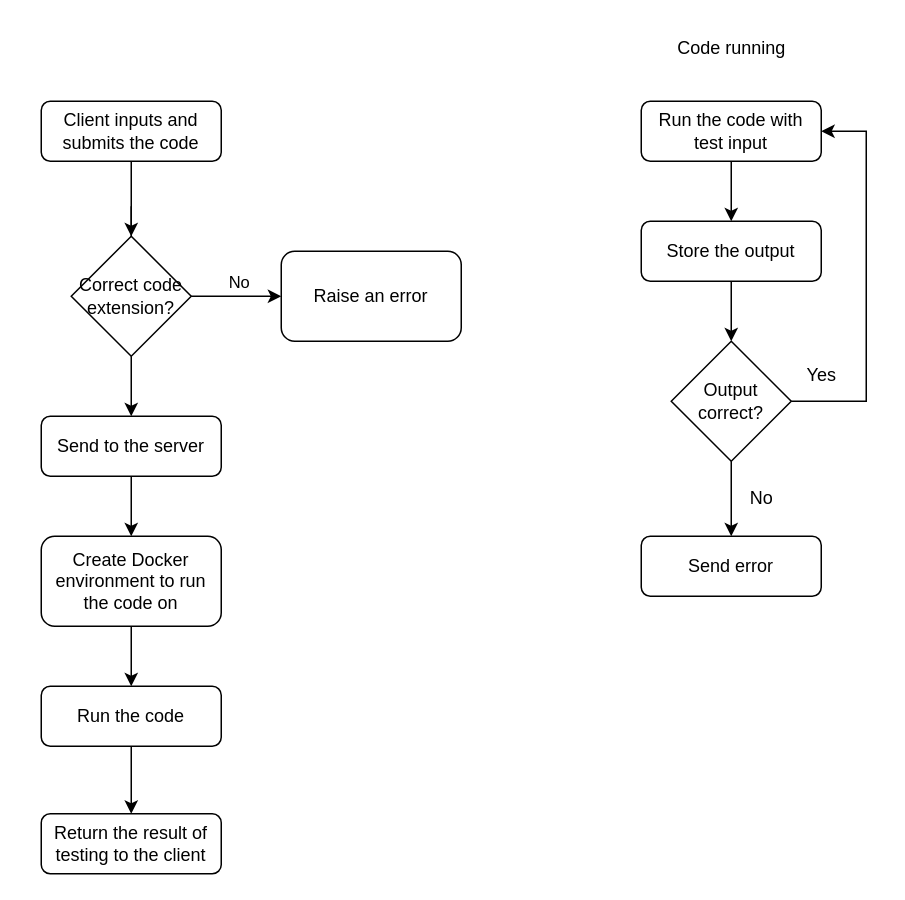
Earlier version of the draw.io diagram DockerFlowchart.drawio (A13k5-5/CodeProfesseur). Source tidied: cells renumbered, new cells numbered last; positions are measured from the earlier drawing's top-left corner, leaving out a move shared by most shapes. Both pictures are drawn from the tidied source at 150%, with x=0, y=0 at pixel (40, 26).
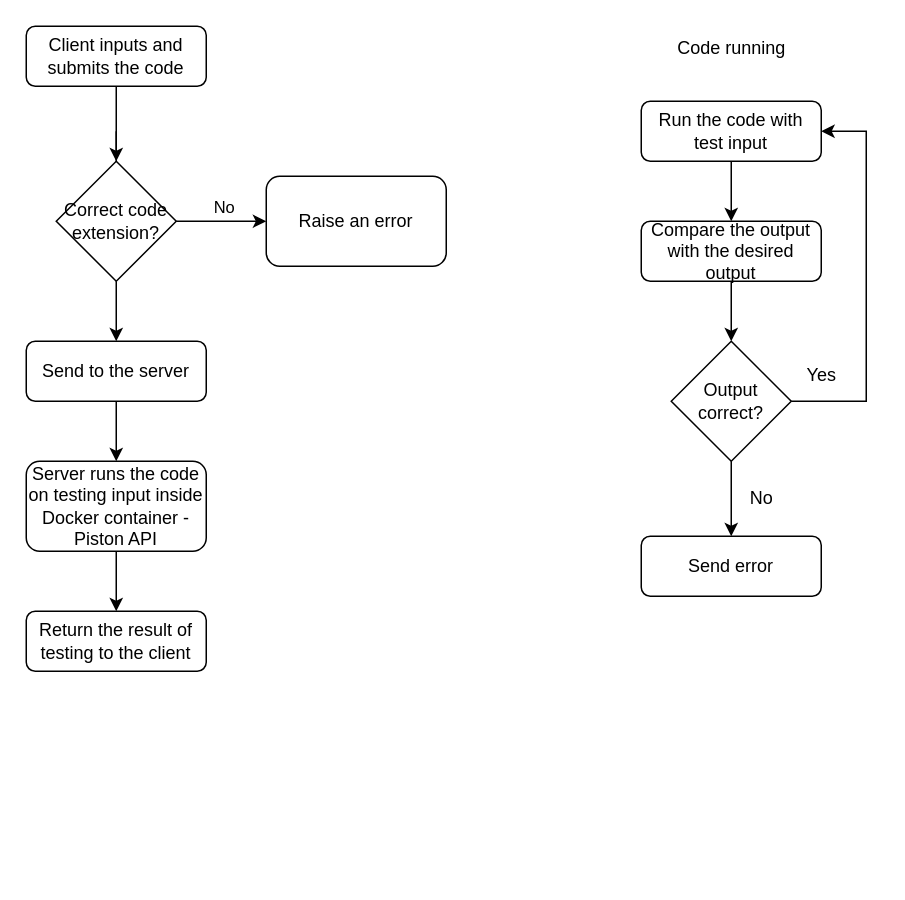
Above is the later version.

Commit message:
Refined for piston API

Change to the diagram source:
```diff
@@
     <mxCell id="2" style="edgeStyle=orthogonalEdgeStyle;rounded=0;jettySize=auto;html=1;" parent="1" edge="1" source="8">
       <mxGeometry relative="1" as="geometry">
-        <mxPoint x="60" y="160" as="targetPoint" />
+        <mxPoint x="50" y="110" as="targetPoint" />
       </mxGeometry>
     </mxCell>
     <mxCell id="3" value="Client inputs and submits the code" style="rounded=1;whiteSpace=wrap;html=1;" parent="1" vertex="1">
-      <mxGeometry y="50" width="120" height="40" as="geometry" />
+      <mxGeometry x="-10" width="120" height="40" as="geometry" />
     </mxCell>
@@
     <mxCell id="8" value="Correct code extension?" style="rhombus;whiteSpace=wrap;html=1;" parent="1" vertex="1">
-      <mxGeometry x="20" y="140" width="80" height="80" as="geometry" />
+      <mxGeometry x="10" y="90" width="80" height="80" as="geometry" />
     </mxCell>
     <mxCell id="9" value="Raise an error" style="rounded=1;whiteSpace=wrap;html=1;" parent="1" vertex="1">
-      <mxGeometry x="160" y="150" width="120" height="60" as="geometry" />
+      <mxGeometry x="150" y="100" width="120" height="60" as="geometry" />
     </mxCell>
@@
     <mxCell id="11" value="Send to the server" style="rounded=1;whiteSpace=wrap;html=1;" parent="1" vertex="1">
-      <mxGeometry y="260" width="120" height="40" as="geometry" />
+      <mxGeometry x="-10" y="210" width="120" height="40" as="geometry" />
     </mxCell>
-    <mxCell id="12" style="edgeStyle=orthogonalEdgeStyle;rounded=0;jettySize=auto;html=1;" parent="1" edge="1" source="13" target="15">
+    <mxCell id="12" style="edgeStyle=orthogonalEdgeStyle;rounded=0;jettySize=auto;html=1;entryX=0.5;entryY=0;entryDx=0;entryDy=0;" parent="1" edge="1" source="13" target="27">
       <mxGeometry relative="1" as="geometry" />
     </mxCell>
-    <mxCell id="13" value="Create Docker environment to run the code on" style="whiteSpace=wrap;html=1;rounded=1;" parent="1" vertex="1">
-      <mxGeometry y="340" width="120" height="60" as="geometry" />
+    <mxCell id="13" value="Server runs the code on testing input inside Docker container - Piston API" style="whiteSpace=wrap;html=1;rounded=1;" parent="1" vertex="1">
+      <mxGeometry x="-10" y="290" width="120" height="60" as="geometry" />
     </mxCell>
-    <mxCell id="14" style="edgeStyle=orthogonalEdgeStyle;rounded=0;jettySize=auto;html=1;" parent="1" edge="1" source="15" target="27">
-      <mxGeometry relative="1" as="geometry" />
-    </mxCell>
-    <mxCell id="15" value="Run the code" style="whiteSpace=wrap;html=1;rounded=1;" parent="1" vertex="1">
-      <mxGeometry y="440" width="120" height="40" as="geometry" />
-    </mxCell>
@@
-    <mxCell id="26" value="Store the output" style="rounded=1;whiteSpace=wrap;html=1;" parent="1" vertex="1">
+    <mxCell id="26" value="Compare the output with the desired output" style="rounded=1;whiteSpace=wrap;html=1;" parent="1" vertex="1">
       <mxGeometry x="400" y="130" width="120" height="40" as="geometry" />
     </mxCell>
     <mxCell id="27" value="Return the result of testing to the client" style="whiteSpace=wrap;html=1;rounded=1;" parent="1" vertex="1">
-      <mxGeometry y="525" width="120" height="40" as="geometry" />
+      <mxGeometry x="-10" y="390" width="120" height="40" as="geometry" />
     </mxCell>
```
